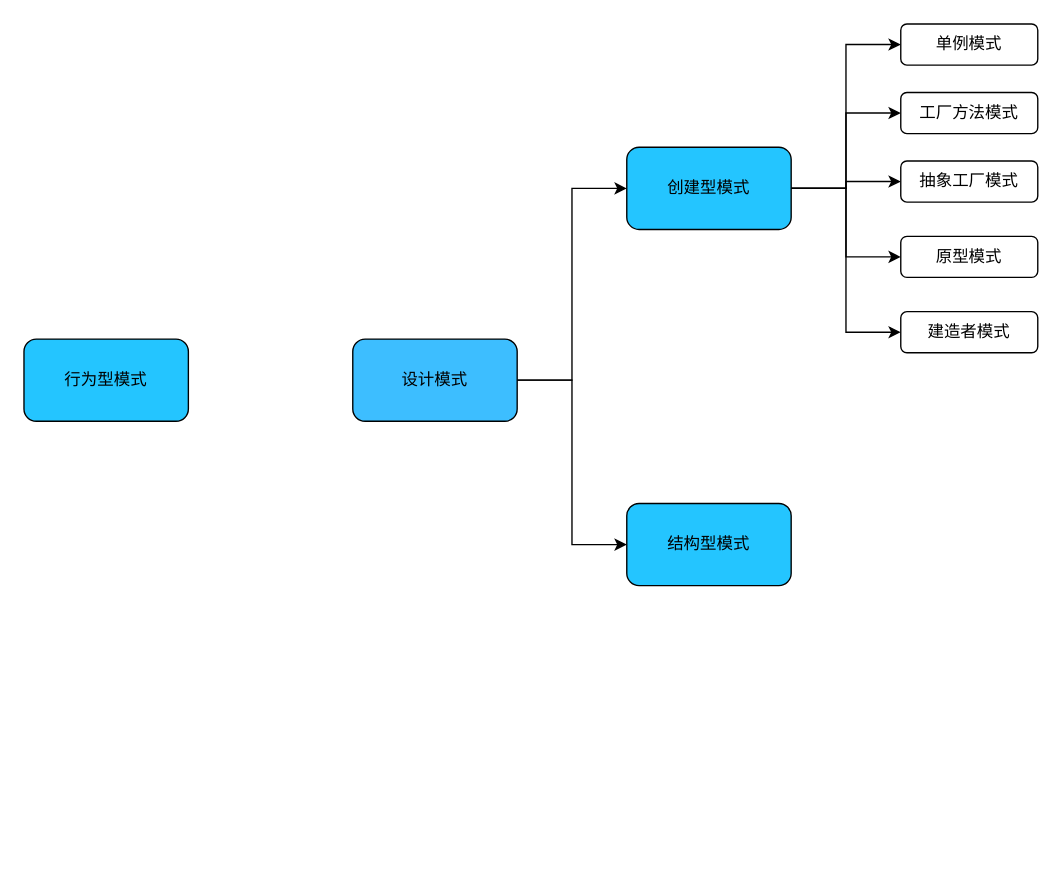
Earlier version of the draw.io diagram 设计模式.drawio (wwyywg/Pattern). Source tidied: cells renumbered, new cells numbered last; positions are measured from the earlier drawing's top-left corner, leaving out a move shared by most shapes. Both pictures are drawn from the tidied source at 137%, with x=0, y=0 at pixel (23, 23).
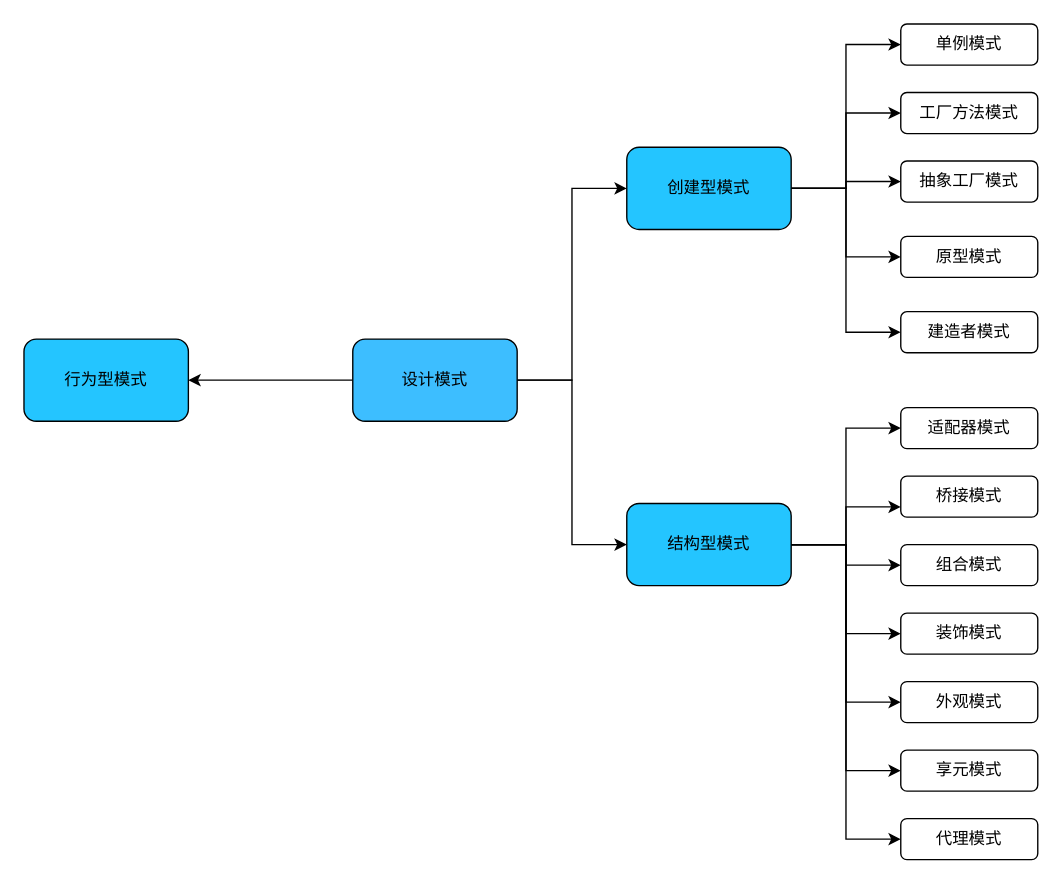
The same diagram, later.

The change refers to these unchanged cells:
```xml
<mxCell id="4" value="设计模式" style="rounded=1;whiteSpace=wrap;html=1;fillColor=#3DBEFF;" parent="1" vertex="1">
  <mxGeometry x="240" y="230" width="120" height="60" as="geometry" />
</mxCell>
<mxCell id="5" value="行为型模式" style="rounded=1;whiteSpace=wrap;html=1;fillColor=#24C5FF;" parent="1" vertex="1">
  <mxGeometry y="230" width="120" height="60" as="geometry" />
</mxCell>
<mxCell id="12" value="结构型模式" style="rounded=1;whiteSpace=wrap;html=1;fillColor=#24C5FF;" parent="1" vertex="1">
  <mxGeometry x="440" y="350" width="120" height="60" as="geometry" />
</mxCell>
```

Change to the diagram source:
```diff
@@
+    <mxCell id="18" style="edgeStyle=orthogonalEdgeStyle;rounded=0;jettySize=auto;html=1;exitX=0;exitY=0.5;exitDx=0;exitDy=0;entryX=1;entryY=0.5;entryDx=0;entryDy=0;" parent="1" edge="1" source="4" target="5">
+      <mxGeometry relative="1" as="geometry" />
+    </mxCell>
@@
+    <mxCell id="19" style="edgeStyle=orthogonalEdgeStyle;rounded=0;jettySize=auto;html=1;exitX=1;exitY=0.5;exitDx=0;exitDy=0;entryX=0;entryY=0.5;entryDx=0;entryDy=0;" parent="1" edge="1" source="12" target="26">
+      <mxGeometry relative="1" as="geometry" />
+    </mxCell>
+    <mxCell id="20" style="edgeStyle=orthogonalEdgeStyle;rounded=0;jettySize=auto;html=1;exitX=1;exitY=0.5;exitDx=0;exitDy=0;entryX=0;entryY=0.75;entryDx=0;entryDy=0;" parent="1" edge="1" source="12" target="27">
+      <mxGeometry relative="1" as="geometry" />
+    </mxCell>
+    <mxCell id="21" style="edgeStyle=orthogonalEdgeStyle;rounded=0;jettySize=auto;html=1;exitX=1;exitY=0.5;exitDx=0;exitDy=0;entryX=0;entryY=0.5;entryDx=0;entryDy=0;" parent="1" edge="1" source="12" target="28">
+      <mxGeometry relative="1" as="geometry" />
+    </mxCell>
+    <mxCell id="22" style="edgeStyle=orthogonalEdgeStyle;rounded=0;jettySize=auto;html=1;exitX=1;exitY=0.5;exitDx=0;exitDy=0;entryX=0;entryY=0.5;entryDx=0;entryDy=0;" parent="1" edge="1" source="12" target="29">
+      <mxGeometry relative="1" as="geometry" />
+    </mxCell>
+    <mxCell id="23" style="edgeStyle=orthogonalEdgeStyle;rounded=0;jettySize=auto;html=1;exitX=1;exitY=0.5;exitDx=0;exitDy=0;entryX=0;entryY=0.5;entryDx=0;entryDy=0;" parent="1" edge="1" source="12" target="30">
+      <mxGeometry relative="1" as="geometry" />
+    </mxCell>
+    <mxCell id="24" style="edgeStyle=orthogonalEdgeStyle;rounded=0;jettySize=auto;html=1;exitX=1;exitY=0.5;exitDx=0;exitDy=0;entryX=0;entryY=0.5;entryDx=0;entryDy=0;" parent="1" edge="1" source="12" target="31">
+      <mxGeometry relative="1" as="geometry" />
+    </mxCell>
+    <mxCell id="25" style="edgeStyle=orthogonalEdgeStyle;rounded=0;jettySize=auto;html=1;exitX=1;exitY=0.5;exitDx=0;exitDy=0;entryX=0;entryY=0.5;entryDx=0;entryDy=0;" parent="1" edge="1" source="12" target="32">
+      <mxGeometry relative="1" as="geometry" />
+    </mxCell>
@@
+    <mxCell id="26" value="适配器模式" style="rounded=1;whiteSpace=wrap;html=1;fillColor=#FFFFFF;" parent="1" vertex="1">
+      <mxGeometry x="640" y="280" width="100" height="30" as="geometry" />
+    </mxCell>
+    <mxCell id="27" value="桥接模式" style="rounded=1;whiteSpace=wrap;html=1;fillColor=#FFFFFF;" parent="1" vertex="1">
+      <mxGeometry x="640" y="330" width="100" height="30" as="geometry" />
+    </mxCell>
+    <mxCell id="28" value="组合模式" style="rounded=1;whiteSpace=wrap;html=1;fillColor=#FFFFFF;" parent="1" vertex="1">
+      <mxGeometry x="640" y="380" width="100" height="30" as="geometry" />
+    </mxCell>
+    <mxCell id="29" value="装饰模式" style="rounded=1;whiteSpace=wrap;html=1;fillColor=#FFFFFF;" parent="1" vertex="1">
+      <mxGeometry x="640" y="430" width="100" height="30" as="geometry" />
+    </mxCell>
+    <mxCell id="30" value="外观模式" style="rounded=1;whiteSpace=wrap;html=1;fillColor=#FFFFFF;" parent="1" vertex="1">
+      <mxGeometry x="640" y="480" width="100" height="30" as="geometry" />
+    </mxCell>
+    <mxCell id="31" value="享元模式" style="rounded=1;whiteSpace=wrap;html=1;fillColor=#FFFFFF;" parent="1" vertex="1">
+      <mxGeometry x="640" y="530" width="100" height="30" as="geometry" />
+    </mxCell>
+    <mxCell id="32" value="代理模式" style="rounded=1;whiteSpace=wrap;html=1;fillColor=#FFFFFF;" parent="1" vertex="1">
+      <mxGeometry x="640" y="580" width="100" height="30" as="geometry" />
+    </mxCell>
```
